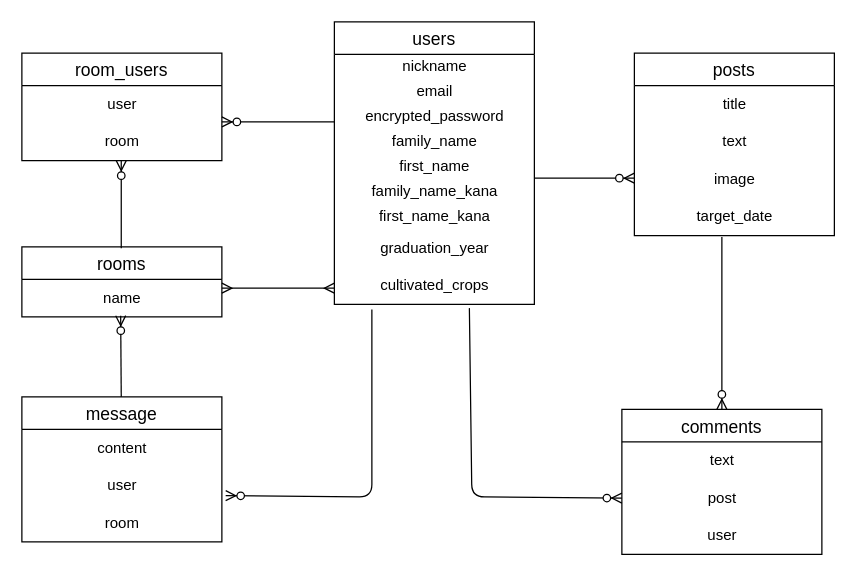
The draw.io diagram page "ページ1" (1 of 2) of test.dio in taku38550/noyukai_app, before the edit. Source tidied: cells renumbered, new cells numbered last; positions are measured from the earlier drawing's top-left corner, leaving out a move shared by most shapes. Both pictures are drawn from the tidied source at 125%, with x=0, y=0 at pixel (21, 21).
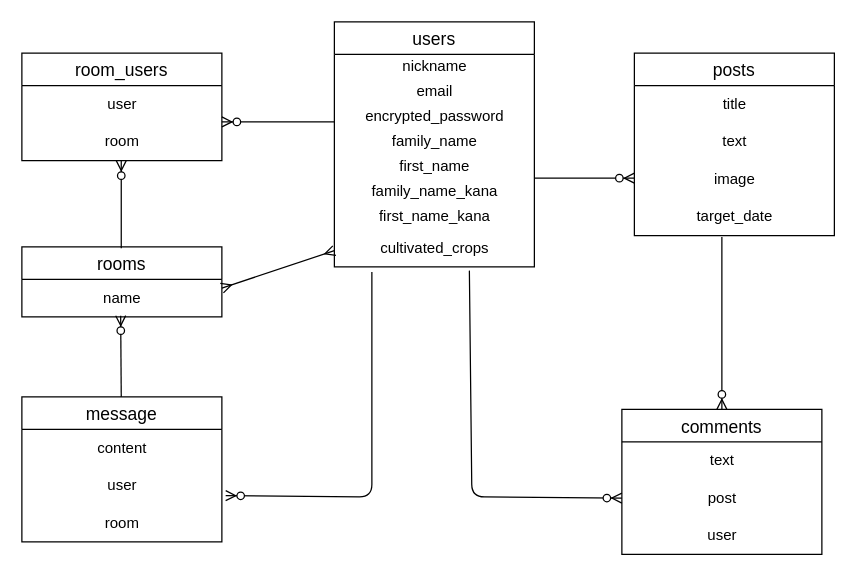
The same diagram, later.

Unchanged cells that the change refers to:
```xml
<mxCell id="28" value="user" style="text;html=1;align=center;verticalAlign=middle;points=[];strokeColor=none;fillColor=none;" parent="26" vertex="1">
  <mxGeometry y="56" width="160" height="30" as="geometry" />
</mxCell>
```

Change to the diagram source:
```diff
@@
     <mxCell id="2" value="users" style="swimlane;fontStyle=0;horizontal=1;startSize=26;align=center;fontSize=14;" parent="1" vertex="1">
-      <mxGeometry x="250" width="160" height="226" as="geometry" />
+      <mxGeometry x="250" width="160" height="196" as="geometry" />
     </mxCell>
@@
-    <mxCell id="10" value="graduation_year" style="text;html=1;align=center;verticalAlign=middle;strokeColor=none;fillColor=none;" parent="2" vertex="1">
-      <mxGeometry y="166" width="160" height="30" as="geometry" />
-    </mxCell>
     <mxCell id="11" value="cultivated_crops" style="text;html=1;align=center;verticalAlign=middle;points=[];strokeColor=none;fillColor=none;" parent="2" vertex="1">
-      <mxGeometry y="196" width="160" height="30" as="geometry" />
+      <mxGeometry y="166" width="160" height="30" as="geometry" />
     </mxCell>
@@
     <mxCell id="35" style="fontSize=12;html=1;endArrow=ERmany;startArrow=ERmany;entryX=0;entryY=0.567;entryDx=0;entryDy=0;entryPerimeter=0;" parent="1" edge="1" target="11">
       <mxGeometry relative="1" as="geometry">
         <mxPoint x="160" y="213" as="sourcePoint" />
-        <Array as="points">
-          <mxPoint x="200" y="213" />
-        </Array>
       </mxGeometry>
     </mxCell>
@@
     <mxCell id="37" style="fontSize=12;html=1;endArrow=ERzeroToMany;endFill=1;entryX=1.019;entryY=0.767;entryDx=0;entryDy=0;entryPerimeter=0;" parent="1" edge="1" target="28">
       <mxGeometry relative="1" as="geometry">
-        <mxPoint x="280" y="230" as="sourcePoint" />
+        <mxPoint x="280" y="200" as="sourcePoint" />
         <Array as="points">
           <mxPoint x="280" y="380" />
         </Array>
       </mxGeometry>
     </mxCell>
```
